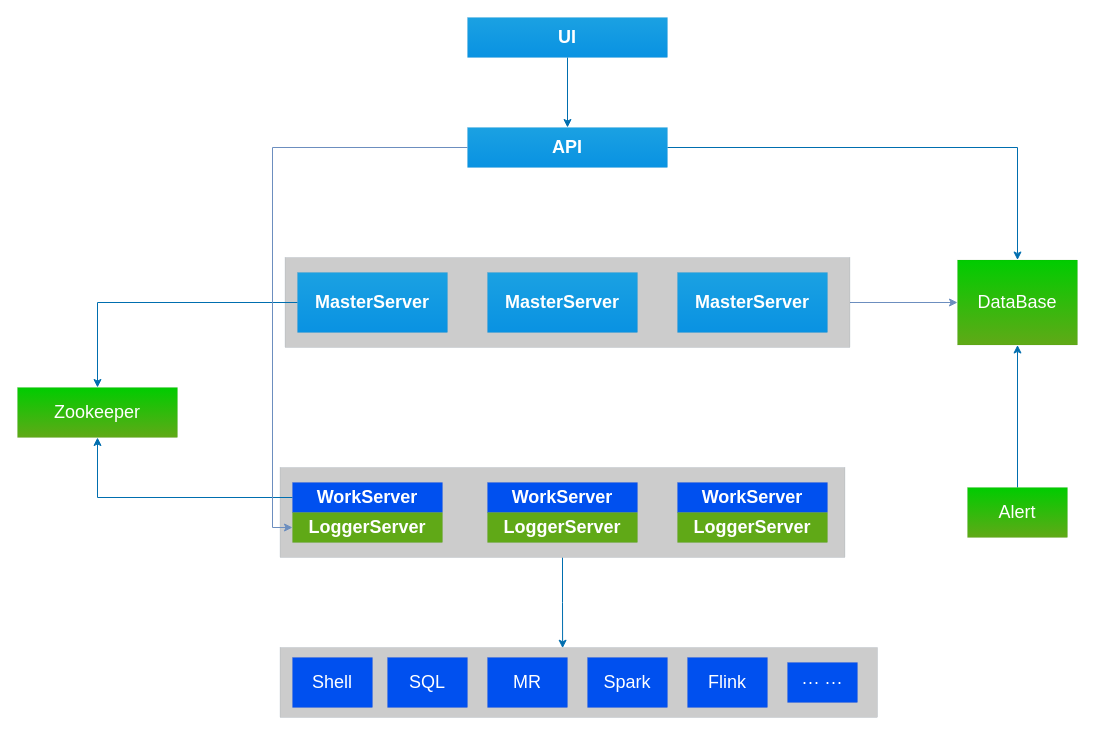
This is Untitled Diagram.drawio from starzy1990/diagrams, a draw.io file, before an edit. Source tidied: cells renumbered, new cells numbered last; positions are measured from the earlier drawing's top-left corner, leaving out a move shared by most shapes. Both pictures are drawn from the tidied source at 100%, with x=0, y=0 at pixel (17, 17).
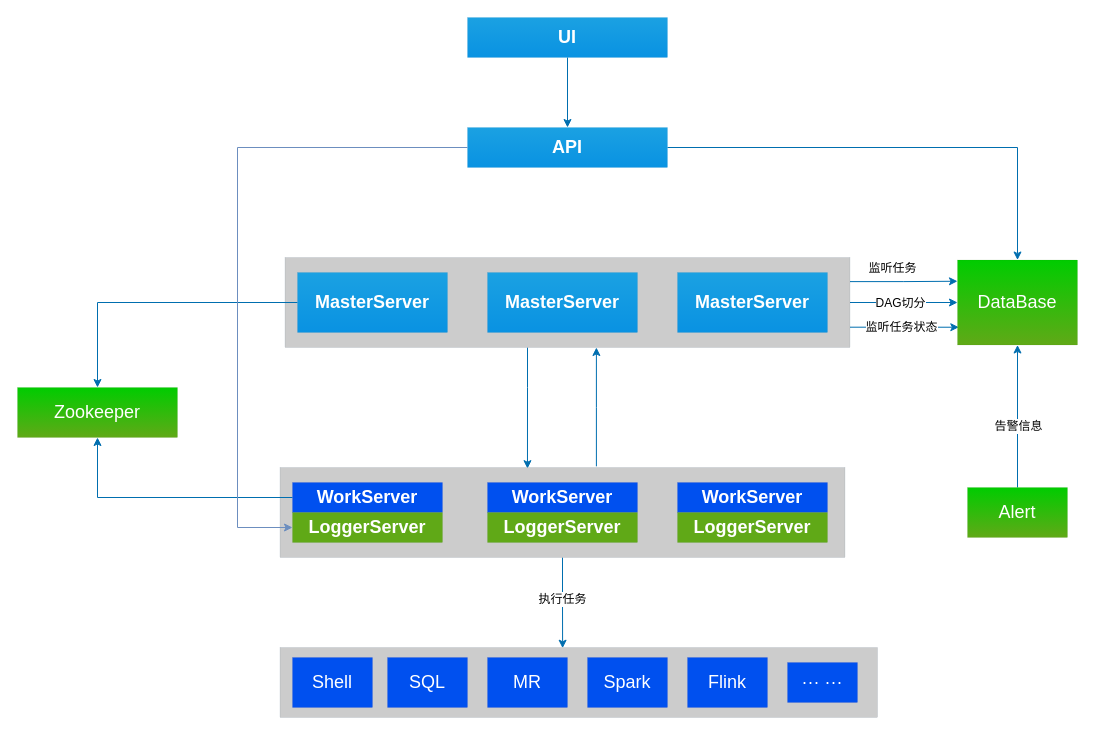
The same diagram, later.

Unchanged cells that the change refers to:
```xml
<mxCell id="3" value="API" style="rounded=0;whiteSpace=wrap;html=1;fillColor=#0992E2;strokeColor=#006EAF;strokeWidth=0;glass=0;shadow=0;sketch=0;fontColor=#ffffff;fontSize=18;fontStyle=1;gradientColor=#1BA1E2;gradientDirection=north;" parent="1" vertex="1">
  <mxGeometry x="450" y="110" width="200" height="40" as="geometry" />
</mxCell>
<mxCell id="5" style="rounded=0;whiteSpace=wrap;html=1;shadow=0;glass=0;sketch=0;strokeWidth=0;fontSize=18;fillColor=#CCCCCC;strokeColor=#23445d;" parent="1" vertex="1">
  <mxGeometry x="267.5" y="240" width="565" height="90" as="geometry" />
</mxCell>
<mxCell id="13" style="edgeStyle=orthogonalEdgeStyle;rounded=0;jettySize=auto;html=1;entryX=0.473;entryY=0.01;entryDx=0;entryDy=0;entryPerimeter=0;fontSize=18;fillColor=#1ba1e2;strokeColor=#006EAF;" parent="1" edge="1" source="14" target="22">
  <mxGeometry relative="1" as="geometry" />
</mxCell>
<mxCell id="14" style="rounded=0;whiteSpace=wrap;html=1;shadow=0;glass=0;sketch=0;strokeWidth=0;fontSize=18;fillColor=#CCCCCC;strokeColor=#23445d;" parent="1" vertex="1">
  <mxGeometry x="262.5" y="450" width="565" height="90" as="geometry" />
</mxCell>
<mxCell id="17" value="LoggerServer" style="rounded=0;whiteSpace=wrap;html=1;fillColor=#60a917;strokeColor=#2D7600;strokeWidth=0;glass=0;shadow=0;sketch=0;fontColor=#ffffff;fontSize=18;fontStyle=1;gradientDirection=north;" parent="1" vertex="1">
  <mxGeometry x="275" y="495" width="150" height="30" as="geometry" />
</mxCell>
<mxCell id="29" value="DataBase" style="rounded=0;whiteSpace=wrap;html=1;shadow=0;glass=0;sketch=0;strokeWidth=0;fontSize=18;fillColor=#60a917;gradientDirection=north;fontColor=#ffffff;strokeColor=#2D7600;gradientColor=#00CC00;" parent="1" vertex="1">
  <mxGeometry x="940" y="242.5" width="120" height="85" as="geometry" />
</mxCell>
<mxCell id="30" style="edgeStyle=orthogonalEdgeStyle;rounded=0;jettySize=auto;html=1;entryX=0.5;entryY=1;entryDx=0;entryDy=0;strokeWidth=1;fontSize=18;fillColor=#1ba1e2;strokeColor=#006EAF;" parent="1" edge="1" source="31" target="29">
  <mxGeometry relative="1" as="geometry" />
</mxCell>
```

Diff of the diagram source:
```diff
@@
-    <mxCell id="4" style="edgeStyle=orthogonalEdgeStyle;rounded=0;jettySize=auto;html=1;entryX=0;entryY=0.5;entryDx=0;entryDy=0;strokeWidth=1;fontSize=18;fillColor=#dae8fc;gradientColor=#7ea6e0;strokeColor=#6c8ebf;" parent="1" edge="1" source="5" target="29">
+    <mxCell id="4" style="edgeStyle=orthogonalEdgeStyle;rounded=0;jettySize=auto;html=1;entryX=0;entryY=0.5;entryDx=0;entryDy=0;strokeWidth=1;fontSize=18;fillColor=#1ba1e2;strokeColor=#006EAF;" parent="1" edge="1" source="5" target="29">
       <mxGeometry relative="1" as="geometry" />
     </mxCell>
+    <mxCell id="33" value="DAG切分" style="edgeLabel;html=1;align=center;verticalAlign=middle;fontSize=12;" parent="4" vertex="1">
+      <mxGeometry x="-0.07" relative="1" as="geometry" />
+    </mxCell>
+    <mxCell id="34" style="edgeStyle=orthogonalEdgeStyle;rounded=0;jettySize=auto;html=1;entryX=0;entryY=0.25;entryDx=0;entryDy=0;strokeWidth=1;fontSize=14;exitX=1;exitY=0.268;exitDx=0;exitDy=0;fillColor=#1ba1e2;strokeColor=#006EAF;exitPerimeter=0;" parent="1" edge="1" source="5" target="29">
+      <mxGeometry relative="1" as="geometry" />
+    </mxCell>
+    <mxCell id="35" value="监听任务" style="edgeLabel;html=1;align=center;verticalAlign=middle;fontSize=12;" parent="34" vertex="1">
+      <mxGeometry x="-0.22" y="1" relative="1" as="geometry">
+        <mxPoint y="-13" as="offset" />
+      </mxGeometry>
+    </mxCell>
+    <mxCell id="36" style="edgeStyle=orthogonalEdgeStyle;rounded=0;jettySize=auto;html=1;entryX=0.011;entryY=0.791;entryDx=0;entryDy=0;entryPerimeter=0;strokeWidth=1;fontSize=18;fillColor=#1ba1e2;strokeColor=#006EAF;" parent="1" edge="1" source="5" target="29">
+      <mxGeometry relative="1" as="geometry">
+        <Array as="points">
+          <mxPoint x="886" y="310" />
+        </Array>
+      </mxGeometry>
+    </mxCell>
+    <mxCell id="37" value="监听任务状态" style="edgeLabel;html=1;align=center;verticalAlign=middle;fontSize=12;" parent="36" vertex="1">
+      <mxGeometry x="-0.07" relative="1" as="geometry" />
+    </mxCell>
+    <mxCell id="38" style="edgeStyle=orthogonalEdgeStyle;rounded=0;jettySize=auto;html=1;entryX=0.438;entryY=0.013;entryDx=0;entryDy=0;entryPerimeter=0;strokeWidth=1;fontSize=12;fillColor=#1ba1e2;strokeColor=#006EAF;" parent="1" edge="1" source="5" target="14">
+      <mxGeometry relative="1" as="geometry">
+        <Array as="points">
+          <mxPoint x="510" y="370" />
+          <mxPoint x="510" y="370" />
+        </Array>
+      </mxGeometry>
+    </mxCell>
+    <mxCell id="39" style="edgeStyle=orthogonalEdgeStyle;rounded=0;jettySize=auto;html=1;entryX=0.56;entryY=-0.013;entryDx=0;entryDy=0;strokeWidth=1;fontSize=12;entryPerimeter=0;startArrow=classic;startFill=1;endArrow=none;endFill=0;fillColor=#1ba1e2;strokeColor=#006EAF;" parent="1" edge="1" source="5" target="14">
+      <mxGeometry relative="1" as="geometry">
+        <Array as="points">
+          <mxPoint x="579" y="390" />
+        </Array>
+      </mxGeometry>
+    </mxCell>
@@
+    <mxCell id="40" value="执行任务" style="edgeLabel;html=1;align=center;verticalAlign=middle;fontSize=12;" parent="13" vertex="1">
+      <mxGeometry x="-0.1" y="-1" relative="1" as="geometry" />
+    </mxCell>
@@
+    <mxCell id="41" value="告警信息" style="edgeLabel;html=1;align=center;verticalAlign=middle;fontSize=12;" parent="30" vertex="1">
+      <mxGeometry x="-0.13" relative="1" as="geometry" />
+    </mxCell>
@@
     <mxCell id="32" style="edgeStyle=orthogonalEdgeStyle;rounded=0;jettySize=auto;html=1;entryX=0;entryY=0.5;entryDx=0;entryDy=0;strokeWidth=1;fontSize=18;fillColor=#dae8fc;strokeColor=#6c8ebf;" parent="1" edge="1" source="3" target="17">
-      <mxGeometry relative="1" as="geometry" />
+      <mxGeometry relative="1" as="geometry">
+        <Array as="points">
+          <mxPoint x="220" y="130" />
+          <mxPoint x="220" y="510" />
+        </Array>
+      </mxGeometry>
     </mxCell>
```
